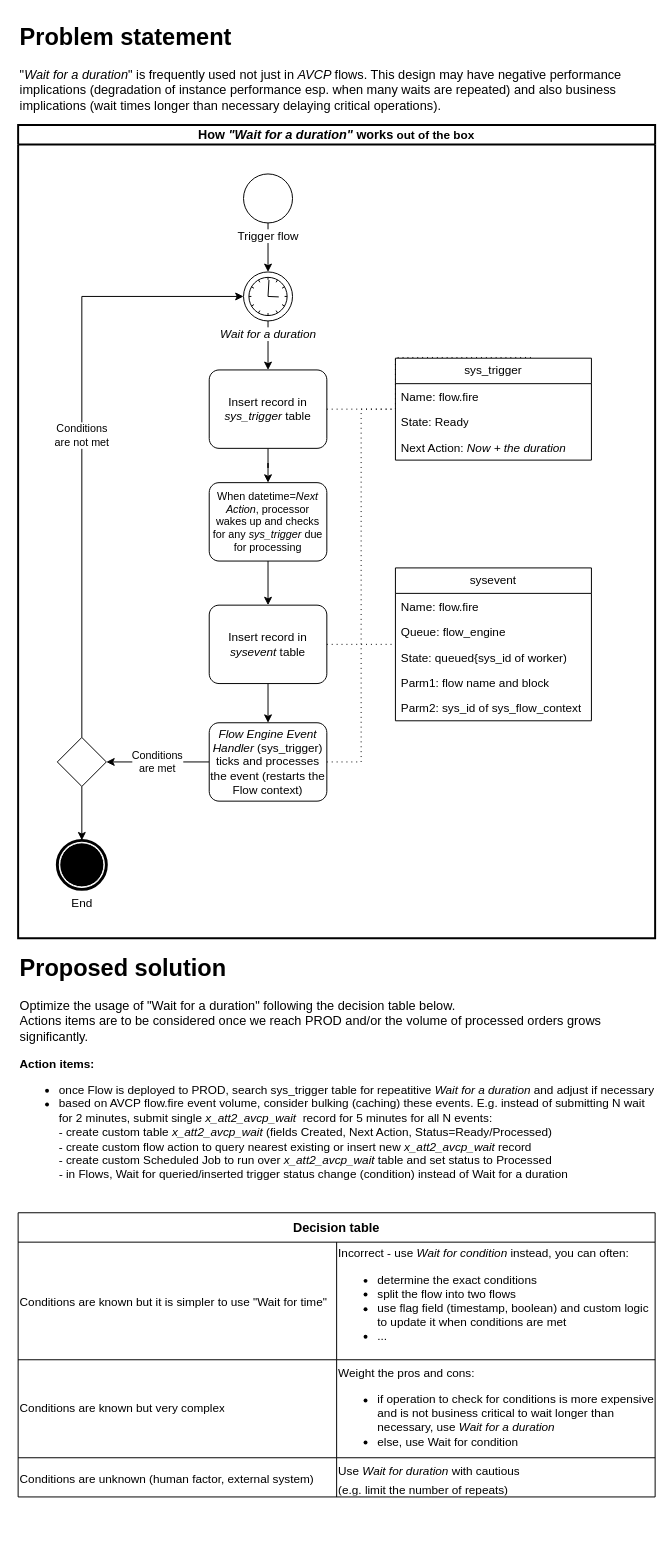
This is wait for.drawio from ceskie/CCW1856, a draw.io file, before an edit. Source tidied: cells renumbered, new cells numbered last; positions are measured from the earlier drawing's top-left corner, leaving out a move shared by most shapes. Both pictures are drawn from the tidied source at 98%, with x=0, y=0 at pixel (18, 17).
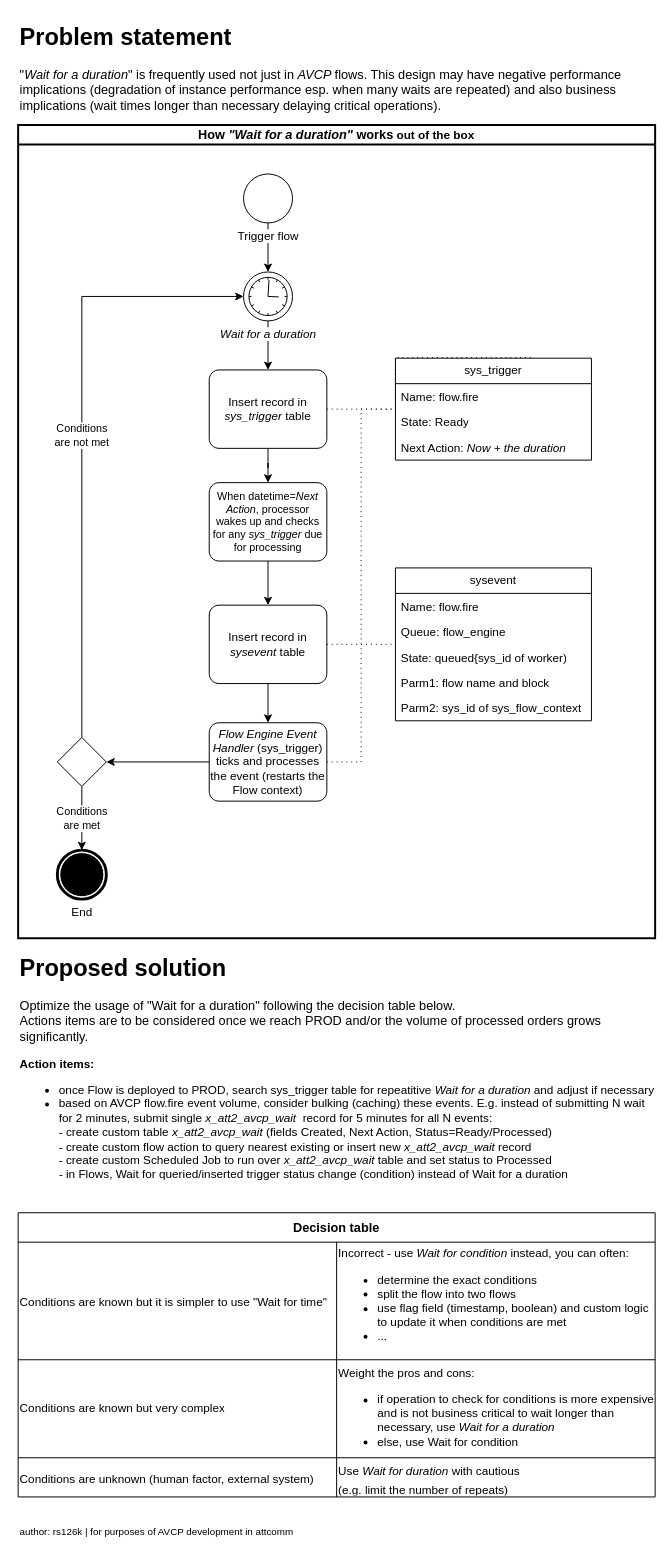
After the change.

The change refers to these unchanged cells:
```xml
<mxCell id="13" value="&lt;b&gt;&lt;font style=&quot;font-size: 13px;&quot;&gt;How &lt;i&gt;&quot;Wait for a duration&quot;&lt;/i&gt; works&lt;/font&gt; out of the box&lt;br&gt;&lt;/b&gt;" style="swimlane;html=1;startSize=20;fontStyle=0;horizontal=1;swimlaneLine=1;strokeWidth=2;swimlaneFillColor=#ffffff;whiteSpace=wrap;" parent="1" vertex="1">
  <mxGeometry y="110" width="650" height="830" as="geometry" />
</mxCell>
<mxCell id="36" value="&lt;i&gt;Flow Engine Event Handler&lt;/i&gt; (sys_trigger) ticks and processes the event (restarts the Flow context)" style="points=[[0.25,0,0],[0.5,0,0],[0.75,0,0],[1,0.25,0],[1,0.5,0],[1,0.75,0],[0.75,1,0],[0.5,1,0],[0.25,1,0],[0,0.75,0],[0,0.5,0],[0,0.25,0]];shape=mxgraph.bpmn.task;whiteSpace=wrap;rectStyle=rounded;size=10;html=1;taskMarker=abstract;" parent="13" vertex="1">
  <mxGeometry x="195" y="610" width="120" height="80" as="geometry" />
</mxCell>
<mxCell id="42" style="points=[[0.25,0.25,0],[0.5,0,0],[0.75,0.25,0],[1,0.5,0],[0.75,0.75,0],[0.5,1,0],[0.25,0.75,0],[0,0.5,0]];shape=mxgraph.bpmn.gateway2;html=1;verticalLabelPosition=bottom;labelBackgroundColor=#ffffff;verticalAlign=top;align=center;perimeter=rhombusPerimeter;outlineConnect=0;outline=none;symbol=none;" parent="13" vertex="1">
  <mxGeometry x="40" y="625" width="50" height="50" as="geometry" />
</mxCell>
```

The edit, as a diff of the source:
```diff
@@
-    <mxCell id="35" value="Conditions &lt;br&gt;are met" style="edgeStyle=orthogonalEdgeStyle;rounded=0;jettySize=auto;html=1;" parent="13" edge="1" source="36" target="42">
+    <mxCell id="35" style="edgeStyle=orthogonalEdgeStyle;rounded=0;jettySize=auto;html=1;" parent="13" edge="1" source="36" target="42">
       <mxGeometry relative="1" as="geometry" />
     </mxCell>
@@
     <mxCell id="39" value="End" style="points=[[0.145,0.145,0],[0.5,0,0],[0.855,0.145,0],[1,0.5,0],[0.855,0.855,0],[0.5,1,0],[0.145,0.855,0],[0,0.5,0]];shape=mxgraph.bpmn.event;html=1;verticalLabelPosition=bottom;labelBackgroundColor=#ffffff;verticalAlign=top;align=center;perimeter=ellipsePerimeter;outlineConnect=0;outline=end;symbol=terminate;" parent="13" vertex="1">
-      <mxGeometry x="40" y="730" width="50" height="50" as="geometry" />
+      <mxGeometry x="40" y="740" width="50" height="50" as="geometry" />
     </mxCell>
-    <mxCell id="40" style="edgeStyle=orthogonalEdgeStyle;rounded=0;jettySize=auto;html=1;" parent="13" edge="1" source="42" target="39">
+    <mxCell id="40" value="Conditions&lt;br&gt;&lt;div&gt;are met&lt;br&gt;&lt;/div&gt;" style="edgeStyle=orthogonalEdgeStyle;rounded=0;jettySize=auto;html=1;" parent="13" edge="1" source="42" target="39">
       <mxGeometry relative="1" as="geometry" />
     </mxCell>
@@
+    <mxCell id="44" value="author: rs126k | for purposes of AVCP development in attcomm" style="text;html=1;align=left;verticalAlign=middle;whiteSpace=wrap;rounded=0;fontSize=10;" parent="1" vertex="1">
+      <mxGeometry y="1530" width="650" height="30" as="geometry" />
+    </mxCell>
```
